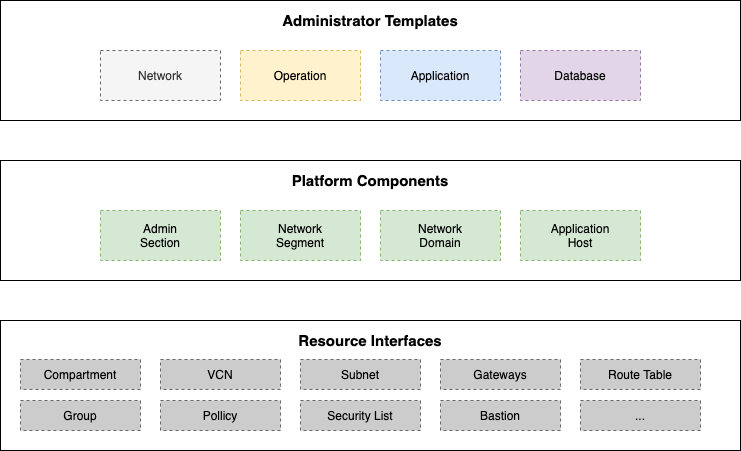
Before: doc/image/code_structure.png, a diagram exported from draw.io (oracle-devrel/terraform-oci-ocloud-foundation). Source tidied: cells renumbered, new cells last; positions are measured from the earlier drawing's top-left corner, leaving out a move shared by most shapes.
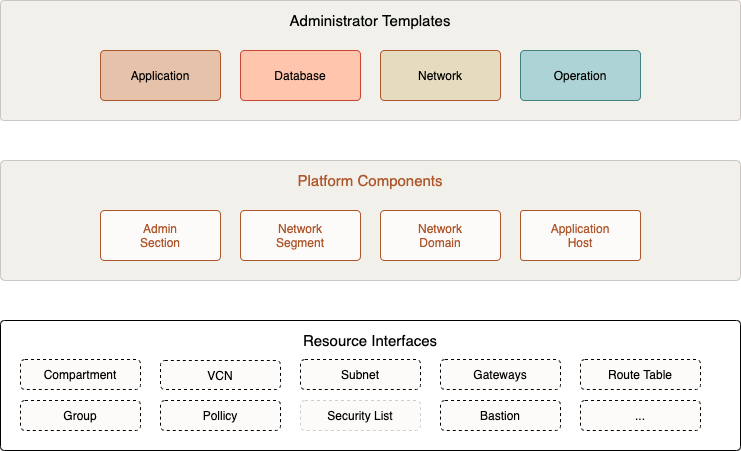
After the commit.

The edit, as a diff of the source:
```diff
@@ -2,67 +2,67 @@
   <root>
     <mxCell id="0" />
     <mxCell id="1" parent="0" />
-    <mxCell id="2" value="Administrator Templates" style="rounded=0;whiteSpace=wrap;html=1;arcSize=5;verticalAlign=top;spacingTop=5;fontStyle=1;fontSize=15;" parent="1" vertex="1">
+    <mxCell id="2" value="Administrator Templates" style="rounded=1;whiteSpace=wrap;html=1;arcSize=3;verticalAlign=top;spacingTop=5;fontStyle=0;fontSize=15;fillColor=#F1F0EA;strokeColor=#CAC5C0;fontColor=#000000;" parent="1" vertex="1">
       <mxGeometry width="740" height="120" as="geometry" />
     </mxCell>
-    <mxCell id="3" value="Platform Components" style="rounded=0;whiteSpace=wrap;html=1;arcSize=6;verticalAlign=top;spacingTop=5;fontStyle=1;fontSize=15;" parent="1" vertex="1">
+    <mxCell id="3" value="Platform Components" style="rounded=1;whiteSpace=wrap;html=1;arcSize=4;verticalAlign=top;spacingTop=5;fontStyle=0;fontSize=15;fillColor=#F1F0EA;strokeColor=#CAC5C0;fontColor=#AE562C;" parent="1" vertex="1">
       <mxGeometry y="160" width="740" height="120" as="geometry" />
     </mxCell>
-    <mxCell id="4" value="Resource Interfaces" style="rounded=0;whiteSpace=wrap;html=1;arcSize=5;verticalAlign=top;spacingTop=5;fontStyle=1;fontSize=15;" parent="1" vertex="1">
+    <mxCell id="4" value="Resource Interfaces" style="rounded=1;whiteSpace=wrap;html=1;arcSize=3;verticalAlign=top;spacingTop=5;fontStyle=0;fontSize=15;fillColor=none;strokeColor=#000000;fontColor=#000000;" parent="1" vertex="1">
       <mxGeometry y="320" width="740" height="130" as="geometry" />
     </mxCell>
-    <mxCell id="5" value="Operation" style="rounded=0;whiteSpace=wrap;html=1;strokeColor=#d6b656;fillColor=#fff2cc;dashed=1;" parent="1" vertex="1">
-      <mxGeometry x="240" y="50" width="120" height="50" as="geometry" />
+    <mxCell id="5" value="Operation" style="rounded=1;whiteSpace=wrap;html=1;arcSize=8;fillColor=#AED3D6;strokeColor=#41817E;" parent="1" vertex="1">
+      <mxGeometry x="520" y="50" width="120" height="50" as="geometry" />
     </mxCell>
-    <mxCell id="6" value="Network" style="rounded=0;whiteSpace=wrap;html=1;strokeColor=#666666;fillColor=#f5f5f5;fontColor=#333333;dashed=1;" parent="1" vertex="1">
-      <mxGeometry x="100" y="50" width="120" height="50" as="geometry" />
+    <mxCell id="6" value="Network" style="rounded=1;whiteSpace=wrap;html=1;strokeColor=#AE562C;fillColor=#E5DBBE;arcSize=8;" parent="1" vertex="1">
+      <mxGeometry x="380" y="50" width="120" height="50" as="geometry" />
     </mxCell>
-    <mxCell id="7" value="Database" style="rounded=0;whiteSpace=wrap;html=1;strokeColor=#9673a6;fillColor=#e1d5e7;dashed=1;" parent="1" vertex="1">
-      <mxGeometry x="520" y="50" width="120" height="50" as="geometry" />
+    <mxCell id="7" value="Database" style="rounded=1;whiteSpace=wrap;html=1;strokeColor=#C74634;fillColor=#FFC6AD;arcSize=8;" parent="1" vertex="1">
+      <mxGeometry x="240" y="50" width="120" height="50" as="geometry" />
     </mxCell>
-    <mxCell id="8" value="Application" style="rounded=0;whiteSpace=wrap;html=1;strokeColor=#6c8ebf;fillColor=#dae8fc;dashed=1;" parent="1" vertex="1">
-      <mxGeometry x="380" y="50" width="120" height="50" as="geometry" />
+    <mxCell id="8" value="Application" style="rounded=1;whiteSpace=wrap;html=1;strokeColor=#AE562C;fillColor=#E6C2AA;arcSize=8;" parent="1" vertex="1">
+      <mxGeometry x="100" y="50" width="120" height="50" as="geometry" />
     </mxCell>
-    <mxCell id="9" value="Admin&lt;br&gt;Section" style="rounded=0;whiteSpace=wrap;html=1;strokeColor=#82b366;fillColor=#d5e8d4;dashed=1;" parent="1" vertex="1">
+    <mxCell id="9" value="Admin&lt;br&gt;Section" style="rounded=1;whiteSpace=wrap;html=1;strokeColor=#AE562C;fillColor=#FCFBF9;arcSize=8;strokeWidth=1;fontColor=#AE562C;" parent="1" vertex="1">
       <mxGeometry x="100" y="210" width="120" height="50" as="geometry" />
     </mxCell>
-    <mxCell id="10" value="Network&lt;br&gt;Segment" style="rounded=0;whiteSpace=wrap;html=1;strokeColor=#82b366;fillColor=#d5e8d4;dashed=1;" parent="1" vertex="1">
+    <mxCell id="10" value="Network&lt;br&gt;Segment" style="rounded=1;whiteSpace=wrap;html=1;strokeColor=#AE562C;fillColor=#FCFBF9;arcSize=8;strokeWidth=1;fontColor=#AE562C;" parent="1" vertex="1">
       <mxGeometry x="240" y="210" width="120" height="50" as="geometry" />
     </mxCell>
-    <mxCell id="11" value="Network&lt;br&gt;Domain" style="rounded=0;whiteSpace=wrap;html=1;strokeColor=#82b366;fillColor=#d5e8d4;dashed=1;" parent="1" vertex="1">
+    <mxCell id="11" value="Network&lt;br&gt;Domain" style="rounded=1;whiteSpace=wrap;html=1;strokeColor=#AE562C;fillColor=#FCFBF9;arcSize=8;strokeWidth=1;fontColor=#AE562C;" parent="1" vertex="1">
       <mxGeometry x="380" y="210" width="120" height="50" as="geometry" />
     </mxCell>
-    <mxCell id="12" value="Application&lt;br&gt;Host" style="rounded=0;whiteSpace=wrap;html=1;strokeColor=#82b366;fillColor=#d5e8d4;dashed=1;" parent="1" vertex="1">
+    <mxCell id="12" value="Application&lt;br&gt;Host" style="rounded=1;whiteSpace=wrap;html=1;strokeColor=#AE562C;fillColor=#FCFBF9;arcSize=6;strokeWidth=1;fontColor=#AE562C;" parent="1" vertex="1">
       <mxGeometry x="520" y="210" width="120" height="50" as="geometry" />
     </mxCell>
-    <mxCell id="13" value="Group" style="rounded=0;whiteSpace=wrap;html=1;fillColor=#CCCCCC;strokeColor=#666666;dashed=1;" parent="1" vertex="1">
+    <mxCell id="13" value="Group" style="rounded=1;whiteSpace=wrap;html=1;fillColor=#FCFBF9;strokeColor=#000000;fontColor=#000000;dashed=1;" parent="1" vertex="1">
       <mxGeometry x="20" y="400" width="120" height="30" as="geometry" />
     </mxCell>
-    <mxCell id="14" value="Pollicy" style="rounded=0;whiteSpace=wrap;html=1;fillColor=#CCCCCC;strokeColor=#666666;dashed=1;" parent="1" vertex="1">
+    <mxCell id="14" value="Pollicy" style="rounded=1;whiteSpace=wrap;html=1;fillColor=#FCFBF9;strokeColor=#000000;fontColor=#000000;dashed=1;" parent="1" vertex="1">
       <mxGeometry x="160" y="400" width="120" height="30" as="geometry" />
     </mxCell>
-    <mxCell id="15" value="Security List" style="rounded=0;whiteSpace=wrap;html=1;fillColor=#CCCCCC;strokeColor=#666666;dashed=1;" parent="1" vertex="1">
+    <mxCell id="15" value="Security List" style="rounded=1;whiteSpace=wrap;html=1;fillColor=#FCFBF9;strokeColor=#D0CCC8;fontColor=#000000;dashed=1;" parent="1" vertex="1">
       <mxGeometry x="300" y="400" width="120" height="30" as="geometry" />
     </mxCell>
-    <mxCell id="16" value="Bastion" style="rounded=0;whiteSpace=wrap;html=1;fillColor=#CCCCCC;strokeColor=#666666;dashed=1;" parent="1" vertex="1">
+    <mxCell id="16" value="Bastion" style="rounded=1;whiteSpace=wrap;html=1;fillColor=#FCFBF9;strokeColor=#000000;fontColor=#000000;dashed=1;" parent="1" vertex="1">
       <mxGeometry x="440" y="400" width="120" height="30" as="geometry" />
     </mxCell>
-    <mxCell id="17" value="..." style="rounded=0;whiteSpace=wrap;html=1;fillColor=#CCCCCC;strokeColor=#666666;dashed=1;" parent="1" vertex="1">
+    <mxCell id="17" value="..." style="rounded=1;whiteSpace=wrap;html=1;fillColor=#FCFBF9;strokeColor=#000000;fontColor=#000000;dashed=1;" parent="1" vertex="1">
       <mxGeometry x="580" y="400" width="120" height="30" as="geometry" />
     </mxCell>
-    <mxCell id="18" value="Compartment" style="rounded=0;whiteSpace=wrap;html=1;fillColor=#CCCCCC;strokeColor=#666666;dashed=1;" parent="1" vertex="1">
+    <mxCell id="18" value="Compartment" style="rounded=1;whiteSpace=wrap;html=1;fillColor=#FCFBF9;strokeColor=#000000;fontColor=#000000;dashed=1;" parent="1" vertex="1">
       <mxGeometry x="20" y="359" width="120" height="30" as="geometry" />
     </mxCell>
-    <mxCell id="19" value="VCN" style="rounded=0;whiteSpace=wrap;html=1;fillColor=#CCCCCC;strokeColor=#666666;dashed=1;" parent="1" vertex="1">
-      <mxGeometry x="160" y="359" width="120" height="30" as="geometry" />
+    <mxCell id="19" value="VCN" style="rounded=1;whiteSpace=wrap;html=1;fillColor=#FCFBF9;strokeColor=#000000;fontColor=#000000;dashed=1;" parent="1" vertex="1">
+      <mxGeometry x="160" y="360" width="120" height="29" as="geometry" />
     </mxCell>
-    <mxCell id="20" value="Subnet" style="rounded=0;whiteSpace=wrap;html=1;fillColor=#CCCCCC;strokeColor=#666666;dashed=1;" parent="1" vertex="1">
+    <mxCell id="20" value="Subnet" style="rounded=1;whiteSpace=wrap;html=1;fillColor=#FCFBF9;strokeColor=#000000;fontColor=#000000;dashed=1;" parent="1" vertex="1">
       <mxGeometry x="300" y="359" width="120" height="30" as="geometry" />
     </mxCell>
-    <mxCell id="21" value="Gateways" style="rounded=0;whiteSpace=wrap;html=1;fillColor=#CCCCCC;strokeColor=#666666;dashed=1;" parent="1" vertex="1">
+    <mxCell id="21" value="Gateways" style="rounded=1;whiteSpace=wrap;html=1;fillColor=#FCFBF9;strokeColor=#000000;fontColor=#000000;dashed=1;" parent="1" vertex="1">
       <mxGeometry x="440" y="359" width="120" height="30" as="geometry" />
     </mxCell>
-    <mxCell id="22" value="Route Table" style="rounded=0;whiteSpace=wrap;html=1;fillColor=#CCCCCC;strokeColor=#666666;dashed=1;" parent="1" vertex="1">
+    <mxCell id="22" value="Route Table" style="rounded=1;whiteSpace=wrap;html=1;fillColor=#FCFBF9;strokeColor=#000000;fontColor=#000000;dashed=1;" parent="1" vertex="1">
       <mxGeometry x="580" y="359" width="120" height="30" as="geometry" />
     </mxCell>
   </root>
```
